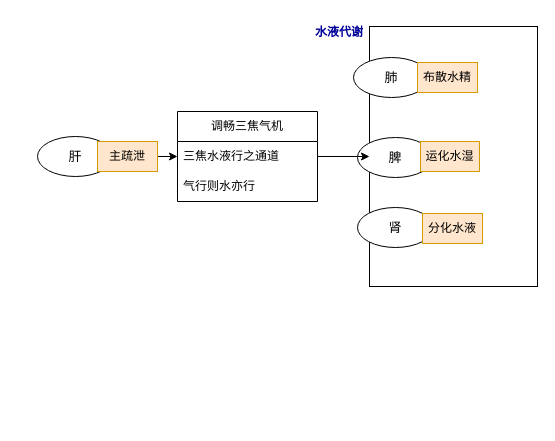
328507133/chart keeps this draw.io diagram as 医门推敲叁/中医藏象学说/藏象学说之肝/肝的生理功能/004肝主疏泄-调节水液代谢.drawio. Above is the earlier version. Source tidied: cells renumbered, new cells numbered last; positions are measured from the earlier drawing's top-left corner, leaving out a move shared by most shapes. Both pictures are drawn from the tidied source at 100%, with x=0, y=0 at pixel (37, 17).
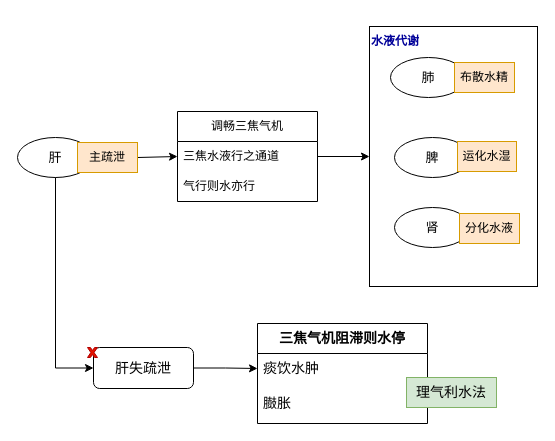
After the change.

Commit message:
更新004肝主疏泄-调节水液代谢.drawio

Change to the diagram source:
```diff
@@
+    <mxCell id="11" style="endArrow=classic;html=1;rounded=0;exitX=1;exitY=0.5;exitDx=0;exitDy=0;entryX=0;entryY=0.5;entryDx=0;entryDy=0;" parent="1" edge="1" source="13" target="15">
+      <mxGeometry relative="1" as="geometry" />
+    </mxCell>
+    <mxCell id="14" style="edgeStyle=orthogonalEdgeStyle;rounded=0;jettySize=auto;html=1;exitX=1;exitY=0.5;exitDx=0;exitDy=0;entryX=0;entryY=0.5;entryDx=0;entryDy=0;" parent="1" edge="1" source="15" target="2">
+      <mxGeometry relative="1" as="geometry" />
+    </mxCell>
+    <mxCell id="15" value="调畅三焦气机" style="swimlane;fontStyle=0;horizontal=1;startSize=30;whiteSpace=wrap;html=1;" parent="1" vertex="1">
+      <mxGeometry x="140" y="94" width="140" height="90" as="geometry" />
+    </mxCell>
+    <mxCell id="16" value="三焦水液行之通道" style="text;strokeColor=none;fillColor=none;align=left;verticalAlign=middle;spacingLeft=4;spacingRight=4;overflow=hidden;whiteSpace=wrap;html=1;" parent="15" vertex="1">
+      <mxGeometry y="30" width="140" height="30" as="geometry" />
+    </mxCell>
+    <mxCell id="17" value="气行则水亦行" style="text;strokeColor=none;fillColor=none;align=left;verticalAlign=middle;spacingLeft=4;spacingRight=4;overflow=hidden;whiteSpace=wrap;html=1;" parent="15" vertex="1">
+      <mxGeometry y="60" width="140" height="30" as="geometry" />
+    </mxCell>
+    <mxCell id="18" style="group;" parent="1" vertex="1">
+      <mxGeometry x="328" y="9" width="172" height="260" as="geometry" />
+    </mxCell>
-    <mxCell id="2" style="rounded=0;whiteSpace=wrap;html=1;" parent="1" vertex="1">
-      <mxGeometry x="332" y="9" width="168" height="260" as="geometry" />
+    <mxCell id="2" style="rounded=0;whiteSpace=wrap;html=1;" parent="18" vertex="1">
+      <mxGeometry x="4" width="168" height="260" as="geometry" />
     </mxCell>
-    <mxCell id="3" value="肺" style="ellipse;whiteSpace=wrap;html=1;fontSize=13;" parent="1" vertex="1">
-      <mxGeometry x="316" y="40" width="76" height="40" as="geometry" />
+    <mxCell id="3" value="肺" style="ellipse;whiteSpace=wrap;html=1;fontSize=13;" parent="18" vertex="1">
+      <mxGeometry x="25" y="31" width="76" height="40" as="geometry" />
     </mxCell>
-    <mxCell id="4" value="脾" style="ellipse;whiteSpace=wrap;html=1;fontSize=13;" parent="1" vertex="1">
-      <mxGeometry x="320" y="120" width="76" height="40" as="geometry" />
+    <mxCell id="4" value="脾" style="ellipse;whiteSpace=wrap;html=1;fontSize=13;" parent="18" vertex="1">
+      <mxGeometry x="29" y="111" width="76" height="40" as="geometry" />
     </mxCell>
-    <mxCell id="5" value="肾" style="ellipse;whiteSpace=wrap;html=1;fontSize=13;" parent="1" vertex="1">
-      <mxGeometry x="320" y="190" width="76" height="40" as="geometry" />
+    <mxCell id="5" value="肾" style="ellipse;whiteSpace=wrap;html=1;fontSize=13;" parent="18" vertex="1">
+      <mxGeometry x="29" y="181" width="76" height="40" as="geometry" />
     </mxCell>
-    <mxCell id="6" value="肝" style="ellipse;whiteSpace=wrap;html=1;fontSize=13;" parent="1" vertex="1">
-      <mxGeometry y="119" width="76" height="40" as="geometry" />
-    </mxCell>
-    <mxCell id="7" value="水液代谢" style="text;html=1;strokeColor=none;fillColor=none;align=center;verticalAlign=middle;whiteSpace=wrap;rounded=0;fontColor=#000099;fontStyle=1;" parent="1" vertex="1">
-      <mxGeometry x="272" width="60" height="30" as="geometry" />
+    <mxCell id="7" value="水液代谢" style="text;html=1;strokeColor=none;fillColor=none;align=center;verticalAlign=middle;whiteSpace=wrap;rounded=0;fontColor=#000099;fontStyle=1;" parent="18" vertex="1">
+      <mxGeometry width="60" height="30" as="geometry" />
     </mxCell>
-    <mxCell id="8" value="布散水精" style="text;html=1;strokeColor=#d79b00;fillColor=#ffe6cc;align=center;verticalAlign=middle;whiteSpace=wrap;rounded=0;" parent="1" vertex="1">
-      <mxGeometry x="380" y="45" width="60" height="30" as="geometry" />
+    <mxCell id="8" value="布散水精" style="text;html=1;strokeColor=#d79b00;fillColor=#ffe6cc;align=center;verticalAlign=middle;whiteSpace=wrap;rounded=0;" parent="18" vertex="1">
+      <mxGeometry x="89" y="36" width="60" height="30" as="geometry" />
     </mxCell>
-    <mxCell id="9" value="运化水湿" style="text;html=1;strokeColor=#d79b00;fillColor=#ffe6cc;align=center;verticalAlign=middle;whiteSpace=wrap;rounded=0;" parent="1" vertex="1">
-      <mxGeometry x="383" y="124" width="59" height="30" as="geometry" />
+    <mxCell id="9" value="运化水湿" style="text;html=1;strokeColor=#d79b00;fillColor=#ffe6cc;align=center;verticalAlign=middle;whiteSpace=wrap;rounded=0;" parent="18" vertex="1">
+      <mxGeometry x="92" y="115" width="59" height="30" as="geometry" />
     </mxCell>
-    <mxCell id="10" value="分化水液" style="text;html=1;strokeColor=#d79b00;fillColor=#ffe6cc;align=center;verticalAlign=middle;whiteSpace=wrap;rounded=0;" parent="1" vertex="1">
-      <mxGeometry x="385" y="196" width="60" height="30" as="geometry" />
+    <mxCell id="10" value="分化水液" style="text;html=1;strokeColor=#d79b00;fillColor=#ffe6cc;align=center;verticalAlign=middle;whiteSpace=wrap;rounded=0;" parent="18" vertex="1">
+      <mxGeometry x="94" y="187" width="60" height="30" as="geometry" />
     </mxCell>
-    <mxCell id="11" style="endArrow=classic;html=1;rounded=0;exitX=1;exitY=0.5;exitDx=0;exitDy=0;entryX=0;entryY=0.5;entryDx=0;entryDy=0;" parent="1" edge="1" source="13" target="15">
-      <mxGeometry relative="1" as="geometry" />
-    </mxCell>
+    <mxCell id="19" style="group;" parent="1" vertex="1">
+      <mxGeometry x="-20" y="120" width="120" height="40" as="geometry" />
+    </mxCell>
+    <mxCell id="6" value="肝" style="ellipse;whiteSpace=wrap;html=1;fontSize=13;" parent="19" vertex="1">
+      <mxGeometry width="76" height="40" as="geometry" />
+    </mxCell>
-    <mxCell id="12" style="endArrow=classic;html=1;rounded=0;exitX=1;exitY=0.5;exitDx=0;exitDy=0;" parent="1" edge="1" source="6" target="13">
+    <mxCell id="12" style="endArrow=classic;html=1;rounded=0;exitX=1;exitY=0.5;exitDx=0;exitDy=0;" parent="19" edge="1" source="6" target="13">
       <mxGeometry relative="1" as="geometry" />
     </mxCell>
-    <mxCell id="13" value="主疏泄" style="text;html=1;strokeColor=#d79b00;fillColor=#ffe6cc;align=center;verticalAlign=middle;whiteSpace=wrap;rounded=0;" parent="1" vertex="1">
-      <mxGeometry x="60" y="124" width="60" height="30" as="geometry" />
+    <mxCell id="13" value="主疏泄" style="text;html=1;strokeColor=#d79b00;fillColor=#ffe6cc;align=center;verticalAlign=middle;whiteSpace=wrap;rounded=0;" parent="19" vertex="1">
+      <mxGeometry x="60" y="5" width="60" height="30" as="geometry" />
     </mxCell>
-    <mxCell id="14" style="edgeStyle=orthogonalEdgeStyle;rounded=0;jettySize=auto;html=1;exitX=1;exitY=0.5;exitDx=0;exitDy=0;entryX=0;entryY=0.5;entryDx=0;entryDy=0;" parent="1" edge="1" source="15" target="2">
-      <mxGeometry relative="1" as="geometry" />
-    </mxCell>
-    <mxCell id="15" value="调畅三焦气机" style="swimlane;fontStyle=0;horizontal=1;startSize=30;whiteSpace=wrap;html=1;" parent="1" vertex="1">
-      <mxGeometry x="140" y="94" width="140" height="90" as="geometry" />
-    </mxCell>
-    <mxCell id="16" value="三焦水液行之通道" style="text;strokeColor=none;fillColor=none;align=left;verticalAlign=middle;spacingLeft=4;spacingRight=4;overflow=hidden;whiteSpace=wrap;html=1;" parent="15" vertex="1">
-      <mxGeometry y="30" width="140" height="30" as="geometry" />
-    </mxCell>
-    <mxCell id="17" value="气行则水亦行" style="text;strokeColor=none;fillColor=none;align=left;verticalAlign=middle;spacingLeft=4;spacingRight=4;overflow=hidden;whiteSpace=wrap;html=1;" parent="15" vertex="1">
-      <mxGeometry y="60" width="140" height="30" as="geometry" />
-    </mxCell>
+    <mxCell id="20" style="edgeStyle=orthogonalEdgeStyle;rounded=0;jettySize=auto;html=1;exitX=0.5;exitY=1;exitDx=0;exitDy=0;entryX=0;entryY=0.5;entryDx=0;entryDy=0;" parent="1" edge="1" source="6" target="22">
+      <mxGeometry relative="1" as="geometry" />
+    </mxCell>
+    <mxCell id="21" style="edgeStyle=orthogonalEdgeStyle;rounded=0;jettySize=auto;html=1;exitX=1;exitY=0.5;exitDx=0;exitDy=0;entryX=0;entryY=0.5;entryDx=0;entryDy=0;" parent="1" edge="1" source="22" target="25">
+      <mxGeometry relative="1" as="geometry" />
+    </mxCell>
+    <mxCell id="22" value="肝失疏泄" style="rounded=1;whiteSpace=wrap;html=1;fontSize=14;" parent="1" vertex="1">
+      <mxGeometry x="56" y="330" width="100" height="41" as="geometry" />
+    </mxCell>
+    <mxCell id="23" style="verticalLabelPosition=bottom;verticalAlign=top;html=1;shape=mxgraph.basic.x;fillColor=#e51400;strokeColor=#B20000;fontColor=#ffffff;" parent="1" vertex="1">
+      <mxGeometry x="50" y="330" width="10" height="10" as="geometry" />
+    </mxCell>
+    <mxCell id="24" value="&lt;b&gt;&lt;font style=&quot;font-size: 14px;&quot;&gt;三焦气机阻滞则水停&lt;/font&gt;&lt;/b&gt;" style="swimlane;fontStyle=0;horizontal=1;startSize=30;whiteSpace=wrap;html=1;" parent="1" vertex="1">
+      <mxGeometry x="220" y="306" width="170" height="100" as="geometry" />
+    </mxCell>
+    <mxCell id="25" value="痰饮水肿" style="text;strokeColor=none;fillColor=none;align=left;verticalAlign=middle;spacingLeft=4;spacingRight=4;overflow=hidden;points=[[0,0.5],[1,0.5]];portConstraint=eastwest;whiteSpace=wrap;html=1;fontSize=14;" parent="24" vertex="1">
+      <mxGeometry y="30" width="170" height="30" as="geometry" />
+    </mxCell>
+    <mxCell id="26" value="臌胀" style="text;strokeColor=none;fillColor=none;align=left;verticalAlign=middle;spacingLeft=4;spacingRight=4;overflow=hidden;whiteSpace=wrap;html=1;fontSize=14;" parent="24" vertex="1">
+      <mxGeometry y="60" width="170" height="40" as="geometry" />
+    </mxCell>
+    <mxCell id="27" value="理气利水法" style="text;html=1;strokeColor=#82b366;fillColor=#d5e8d4;align=center;verticalAlign=middle;whiteSpace=wrap;rounded=0;fontSize=14;" parent="1" vertex="1">
+      <mxGeometry x="369" y="360" width="90" height="30" as="geometry" />
+    </mxCell>
```
